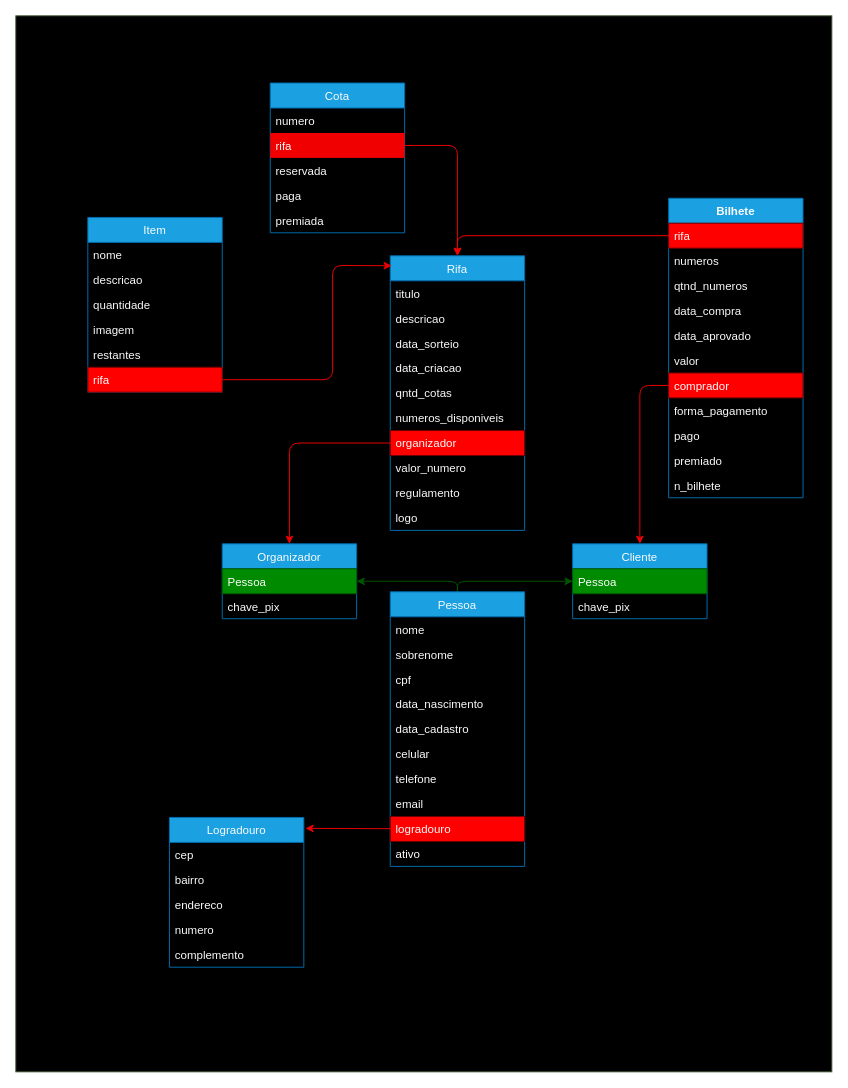
Above: page "relacionamento_db" (1 of 2) of relacionamento.drawio in Juzeka/Rifaae (draw.io), before the change. Source tidied: cells renumbered, new cells numbered last; positions are measured from the earlier drawing's top-left corner, leaving out a move shared by most shapes. Both pictures are drawn from the tidied source at 96%, with x=0, y=0 at pixel (15, 15).
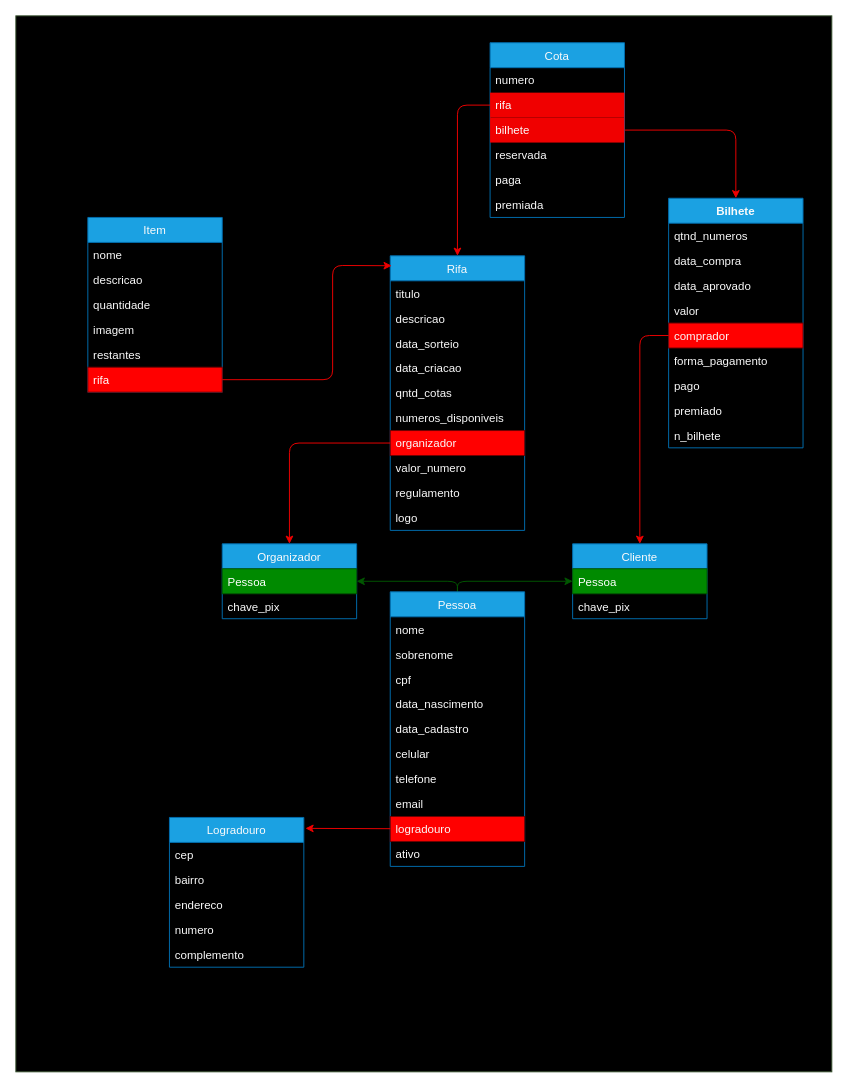
The same page after the edit.

Commit message:
ajustand relacionamento e criando o modelo de cota

Unchanged cells that the change refers to:
```xml
<mxCell id="22" value="Rifa" style="swimlane;fontStyle=0;horizontal=1;startSize=26;fillColor=#1ba1e2;fontColor=#FAFAFA;strokeColor=#006EAF;" parent="1" vertex="1">
  <mxGeometry x="390" y="250" width="140" height="286" as="geometry" />
</mxCell>
<mxCell id="53" value="Cliente" style="swimlane;fontStyle=0;horizontal=1;startSize=26;fillColor=#1ba1e2;fontColor=#FAFAFA;strokeColor=#006EAF;" parent="1" vertex="1">
  <mxGeometry x="580" y="550" width="140" height="78" as="geometry" />
</mxCell>
<mxCell id="63" value="rifa" style="text;strokeColor=none;fillColor=#F00000;align=left;verticalAlign=top;spacingLeft=4;spacingRight=4;overflow=hidden;points=[[0,0.5],[1,0.5]];portConstraint=eastwest;fontColor=#FAFAFA;" parent="61" vertex="1">
  <mxGeometry y="52" width="140" height="26" as="geometry" />
</mxCell>
```

Change to the diagram source:
```diff
@@
     <mxCell id="3" value="Bilhete" style="swimlane;fontStyle=1;horizontal=1;startSize=26;fillColor=#1ba1e2;fontColor=#FAFAFA;strokeColor=#006EAF;" parent="1" vertex="1">
-      <mxGeometry x="680" y="190" width="140" height="312" as="geometry" />
+      <mxGeometry x="680" y="190" width="140" height="260" as="geometry" />
     </mxCell>
-    <mxCell id="4" value="rifa" style="text;strokeColor=#6F0000;fillColor=#FF0000;align=left;verticalAlign=top;spacingLeft=4;spacingRight=4;overflow=hidden;points=[[0,0.5],[1,0.5]];portConstraint=eastwest;fontColor=#FAFAFA;" parent="3" vertex="1">
-      <mxGeometry y="26" width="140" height="26" as="geometry" />
-    </mxCell>
-    <mxCell id="5" value="numeros" style="text;strokeColor=none;fillColor=none;align=left;verticalAlign=top;spacingLeft=4;spacingRight=4;overflow=hidden;fontColor=#FAFAFA;" parent="3" vertex="1">
-      <mxGeometry y="52" width="140" height="26" as="geometry" />
-    </mxCell>
     <mxCell id="6" value="qtnd_numeros" style="text;strokeColor=none;fillColor=none;align=left;verticalAlign=top;spacingLeft=4;spacingRight=4;overflow=hidden;fontColor=#FAFAFA;" parent="3" vertex="1">
-      <mxGeometry y="78" width="140" height="26" as="geometry" />
+      <mxGeometry y="26" width="140" height="26" as="geometry" />
     </mxCell>
     <mxCell id="7" value="data_compra" style="text;strokeColor=none;fillColor=none;align=left;verticalAlign=top;spacingLeft=4;spacingRight=4;overflow=hidden;fontColor=#FAFAFA;" parent="3" vertex="1">
-      <mxGeometry y="104" width="140" height="26" as="geometry" />
+      <mxGeometry y="52" width="140" height="26" as="geometry" />
     </mxCell>
     <mxCell id="8" value="data_aprovado" style="text;strokeColor=none;fillColor=none;align=left;verticalAlign=top;spacingLeft=4;spacingRight=4;overflow=hidden;fontColor=#FAFAFA;" parent="3" vertex="1">
-      <mxGeometry y="130" width="140" height="26" as="geometry" />
+      <mxGeometry y="78" width="140" height="26" as="geometry" />
     </mxCell>
     <mxCell id="9" value="valor" style="text;strokeColor=none;fillColor=none;align=left;verticalAlign=top;spacingLeft=4;spacingRight=4;overflow=hidden;fontColor=#FAFAFA;" parent="3" vertex="1">
-      <mxGeometry y="156" width="140" height="26" as="geometry" />
+      <mxGeometry y="104" width="140" height="26" as="geometry" />
     </mxCell>
     <mxCell id="10" value="comprador" style="text;strokeColor=#6F0000;fillColor=#FF0000;align=left;verticalAlign=top;spacingLeft=4;spacingRight=4;overflow=hidden;points=[[0,0.5],[1,0.5]];portConstraint=eastwest;fontColor=#FAFAFA;" parent="3" vertex="1">
-      <mxGeometry y="182" width="140" height="26" as="geometry" />
+      <mxGeometry y="130" width="140" height="26" as="geometry" />
     </mxCell>
     <mxCell id="11" value="forma_pagamento" style="text;strokeColor=none;fillColor=none;align=left;verticalAlign=top;spacingLeft=4;spacingRight=4;overflow=hidden;fontColor=#FAFAFA;" parent="3" vertex="1">
-      <mxGeometry y="208" width="140" height="26" as="geometry" />
+      <mxGeometry y="156" width="140" height="26" as="geometry" />
     </mxCell>
     <mxCell id="12" value="pago" style="text;strokeColor=none;fillColor=none;align=left;verticalAlign=top;spacingLeft=4;spacingRight=4;overflow=hidden;fontColor=#FAFAFA;" parent="3" vertex="1">
-      <mxGeometry y="234" width="140" height="26" as="geometry" />
+      <mxGeometry y="182" width="140" height="26" as="geometry" />
     </mxCell>
     <mxCell id="13" value="premiado" style="text;strokeColor=none;fillColor=none;align=left;verticalAlign=top;spacingLeft=4;spacingRight=4;overflow=hidden;fontColor=#FAFAFA;" parent="3" vertex="1">
-      <mxGeometry y="260" width="140" height="26" as="geometry" />
+      <mxGeometry y="208" width="140" height="26" as="geometry" />
     </mxCell>
     <mxCell id="14" value="n_bilhete" style="text;strokeColor=none;fillColor=none;align=left;verticalAlign=top;spacingLeft=4;spacingRight=4;overflow=hidden;fontColor=#FAFAFA;" parent="3" vertex="1">
-      <mxGeometry y="286" width="140" height="26" as="geometry" />
+      <mxGeometry y="234" width="140" height="26" as="geometry" />
     </mxCell>
@@
-    <mxCell id="59" style="edgeStyle=none;html=1;exitX=0;exitY=0.5;exitDx=0;exitDy=0;entryX=0.5;entryY=0;entryDx=0;entryDy=0;fillColor=#a20025;strokeColor=#FF0000;fontColor=#FAFAFA;" parent="1" edge="1" source="4" target="22">
-      <mxGeometry relative="1" as="geometry">
-        <Array as="points">
-          <mxPoint x="460" y="229" />
-        </Array>
-      </mxGeometry>
-    </mxCell>
@@
+    <mxCell id="71" style="edgeStyle=none;html=1;exitX=1;exitY=0.5;exitDx=0;exitDy=0;entryX=0.5;entryY=0;entryDx=0;entryDy=0;strokeColor=#F00000;" parent="1" edge="1" source="61" target="3">
+      <mxGeometry relative="1" as="geometry">
+        <Array as="points">
+          <mxPoint x="750" y="119" />
+        </Array>
+      </mxGeometry>
+    </mxCell>
     <mxCell id="61" value="Cota" style="swimlane;fontStyle=0;horizontal=1;startSize=26;fillColor=#1ba1e2;fontColor=#FAFAFA;strokeColor=#006EAF;" parent="1" vertex="1">
-      <mxGeometry x="265" y="70" width="140" height="156" as="geometry" />
+      <mxGeometry x="494" y="28" width="140" height="182" as="geometry" />
     </mxCell>
@@
-    <mxCell id="64" value="reservada" style="text;strokeColor=none;fillColor=none;align=left;verticalAlign=top;spacingLeft=4;spacingRight=4;overflow=hidden;fontColor=#FAFAFA;" parent="61" vertex="1">
+    <mxCell id="64" value="bilhete" style="text;strokeColor=none;fillColor=#F00000;align=left;verticalAlign=top;spacingLeft=4;spacingRight=4;overflow=hidden;fontColor=#FAFAFA;" parent="61" vertex="1">
       <mxGeometry y="78" width="140" height="26" as="geometry" />
     </mxCell>
+    <mxCell id="72" value="reservada" style="text;strokeColor=none;fillColor=none;align=left;verticalAlign=top;spacingLeft=4;spacingRight=4;overflow=hidden;fontColor=#FAFAFA;" parent="61" vertex="1">
+      <mxGeometry y="104" width="140" height="26" as="geometry" />
+    </mxCell>
     <mxCell id="65" value="paga" style="text;strokeColor=none;fillColor=none;align=left;verticalAlign=top;spacingLeft=4;spacingRight=4;overflow=hidden;fontColor=#FAFAFA;" parent="61" vertex="1">
-      <mxGeometry y="104" width="140" height="26" as="geometry" />
+      <mxGeometry y="130" width="140" height="26" as="geometry" />
     </mxCell>
     <mxCell id="66" value="premiada" style="text;strokeColor=none;fillColor=none;align=left;verticalAlign=top;spacingLeft=4;spacingRight=4;overflow=hidden;fontColor=#FAFAFA;" parent="61" vertex="1">
-      <mxGeometry y="130" width="140" height="26" as="geometry" />
+      <mxGeometry y="156" width="140" height="26" as="geometry" />
     </mxCell>
-    <mxCell id="67" style="edgeStyle=none;html=1;entryX=0.5;entryY=0;entryDx=0;entryDy=0;strokeColor=#F00000;" parent="1" edge="1" source="63" target="22">
-      <mxGeometry relative="1" as="geometry">
-        <Array as="points">
-          <mxPoint x="460" y="135" />
-        </Array>
-      </mxGeometry>
-    </mxCell>
@@
     <mxCell id="69" style="edgeStyle=none;html=1;exitX=0;exitY=0.5;exitDx=0;exitDy=0;strokeColor=#F00000;" parent="1" edge="1" source="10" target="53">
       <mxGeometry relative="1" as="geometry">
         <Array as="points">
-          <mxPoint x="650" y="385" />
+          <mxPoint x="650" y="333" />
         </Array>
       </mxGeometry>
     </mxCell>
@@
+    <mxCell id="67" style="edgeStyle=none;html=1;exitX=0;exitY=0.5;exitDx=0;exitDy=0;entryX=0.5;entryY=0;entryDx=0;entryDy=0;strokeColor=#F00000;" parent="1" edge="1" source="63" target="22">
+      <mxGeometry relative="1" as="geometry">
+        <Array as="points">
+          <mxPoint x="460" y="93" />
+        </Array>
+      </mxGeometry>
+    </mxCell>
```
